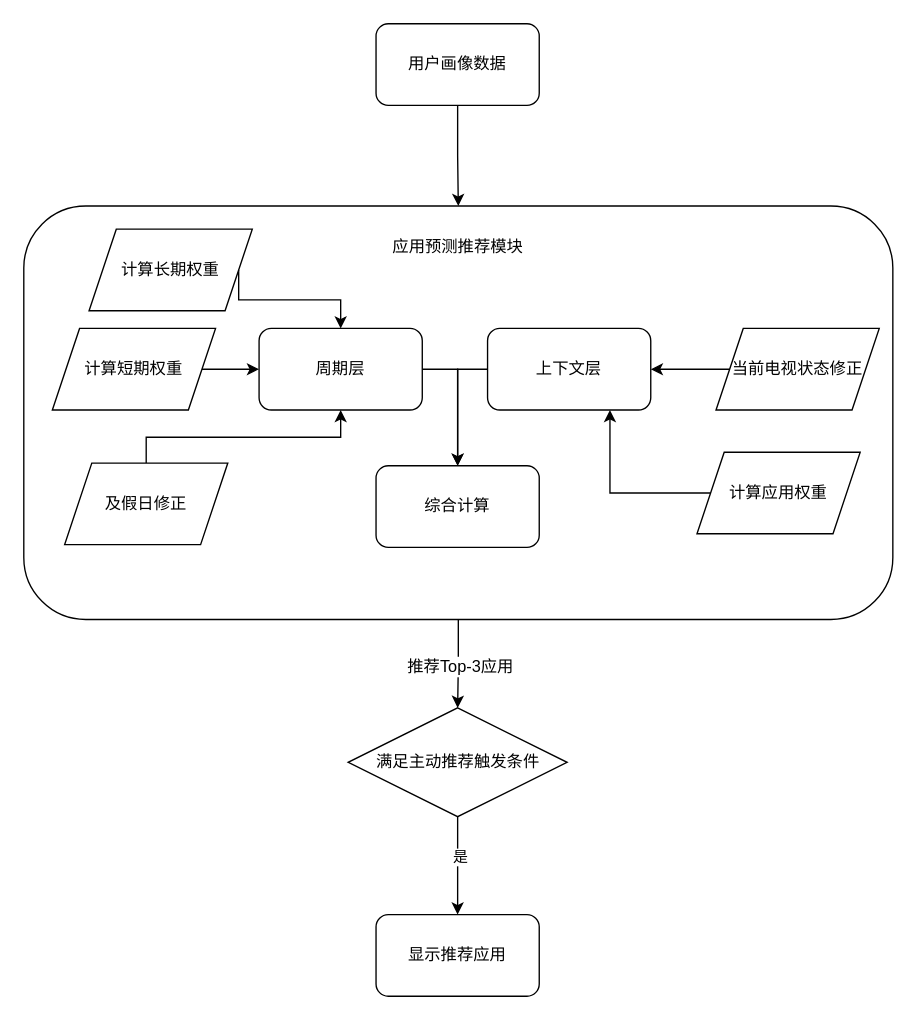
plutotw/draw.io keeps this draw.io diagram as 应用预测推荐模块.drawio. Above is the earlier version. Source tidied: cells renumbered, new cells numbered last; positions are measured from the earlier drawing's top-left corner, leaving out a move shared by most shapes. Both pictures are drawn from the tidied source at 136%, with x=0, y=0 at pixel (23, 23).
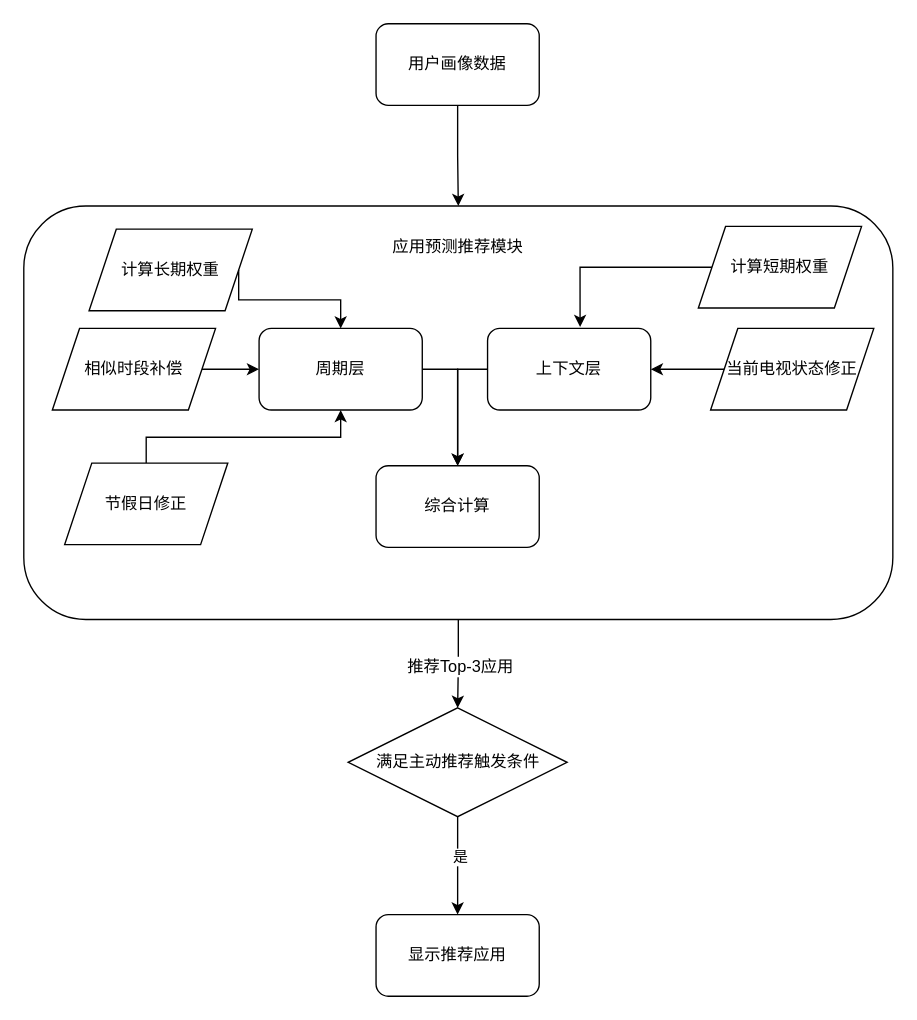
The same page after the edit.

Commit message:
更新应用预测推荐模块.drawio

The change refers to these unchanged cells:
```xml
<mxCell id="11" value="上下文层" style="rounded=1;whiteSpace=wrap;html=1;" parent="1" vertex="1">
  <mxGeometry x="341" y="224" width="120" height="60" as="geometry" />
</mxCell>
```

The edit, as a diff of the source:
```diff
@@
-    <mxCell id="19" value="计算短期权重" style="shape=parallelogram;perimeter=parallelogramPerimeter;whiteSpace=wrap;html=1;fixedSize=1;" parent="1" vertex="1">
+    <mxCell id="19" value="相似时段补偿" style="shape=parallelogram;perimeter=parallelogramPerimeter;whiteSpace=wrap;html=1;fixedSize=1;" parent="1" vertex="1">
       <mxGeometry x="21" y="224" width="120" height="60" as="geometry" />
     </mxCell>
@@
-    <mxCell id="21" value="及假日修正" style="shape=parallelogram;perimeter=parallelogramPerimeter;whiteSpace=wrap;html=1;fixedSize=1;" parent="1" vertex="1">
+    <mxCell id="21" value="节假日修正" style="shape=parallelogram;perimeter=parallelogramPerimeter;whiteSpace=wrap;html=1;fixedSize=1;" parent="1" vertex="1">
       <mxGeometry x="30" y="323" width="120" height="60" as="geometry" />
     </mxCell>
@@
     <mxCell id="23" value="当前电视状态修正" style="shape=parallelogram;perimeter=parallelogramPerimeter;whiteSpace=wrap;html=1;fixedSize=1;" parent="1" vertex="1">
-      <mxGeometry x="509" y="224" width="120" height="60" as="geometry" />
+      <mxGeometry x="505" y="224" width="120" height="60" as="geometry" />
     </mxCell>
@@
+    <mxCell id="26" value="计算短期权重" style="shape=parallelogram;perimeter=parallelogramPerimeter;whiteSpace=wrap;html=1;fixedSize=1;" parent="1" vertex="1">
+      <mxGeometry x="496" y="149" width="120" height="60" as="geometry" />
+    </mxCell>
-    <mxCell id="25" style="edgeStyle=orthogonalEdgeStyle;rounded=0;jettySize=auto;html=1;exitX=0;exitY=0.5;exitDx=0;exitDy=0;entryX=0.75;entryY=1;entryDx=0;entryDy=0;" parent="1" edge="1" source="26" target="11">
+    <mxCell id="25" style="edgeStyle=orthogonalEdgeStyle;rounded=0;jettySize=auto;html=1;exitX=0;exitY=0.5;exitDx=0;exitDy=0;entryX=0.567;entryY=-0.017;entryDx=0;entryDy=0;entryPerimeter=0;" parent="1" edge="1" source="26" target="11">
       <mxGeometry relative="1" as="geometry" />
     </mxCell>
-    <mxCell id="26" value="计算应用权重" style="shape=parallelogram;perimeter=parallelogramPerimeter;whiteSpace=wrap;html=1;fixedSize=1;" parent="1" vertex="1">
-      <mxGeometry x="495" y="315" width="120" height="60" as="geometry" />
-    </mxCell>
```
